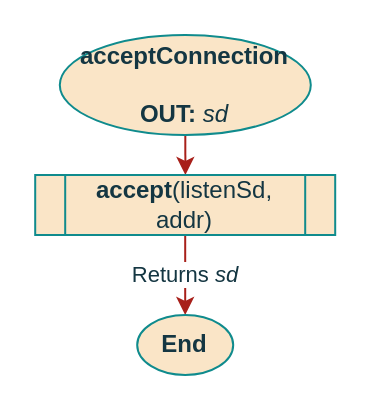
Above: page "accept" (7 of 14) of documentation/flowcharts/RS/RS.drawio in ESRGgroup9/slipad (draw.io), before the change. Source tidied: cells renumbered, new cells numbered last; positions are measured from the earlier drawing's top-left corner, leaving out a move shared by most shapes. Both pictures are drawn from the tidied source at 200%, with x=0, y=0 at pixel (34, 34).
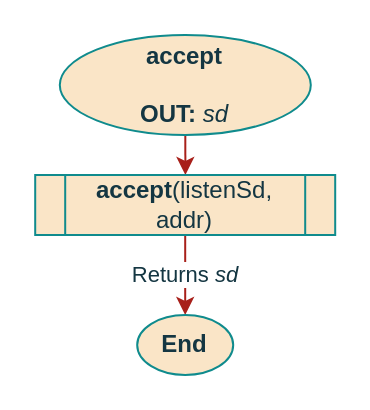
The same diagram, later.

Change to the diagram source:
```diff
@@
 <mxGraphModel>
   <root>
     <mxCell id="0" />
     <mxCell id="1" parent="0" />
     <mxCell id="2" style="edgeStyle=orthogonalEdgeStyle;curved=0;rounded=1;sketch=0;jettySize=auto;html=1;fontColor=#143642;strokeColor=#A8201A;fillColor=#FAE5C7;" parent="1" edge="1" source="3" target="5">
       <mxGeometry relative="1" as="geometry" />
     </mxCell>
-    <mxCell id="3" value="&lt;div&gt;acceptConnection&lt;/div&gt;&lt;div&gt;&lt;br&gt;&lt;/div&gt;OUT: &lt;i&gt;&lt;span style=&quot;font-weight: normal&quot;&gt;sd&lt;/span&gt;&lt;/i&gt;" style="ellipse;whiteSpace=wrap;html=1;fillColor=#FAE5C7;strokeColor=#0F8B8D;fontColor=#143642;fontStyle=1;" parent="1" vertex="1">
+    <mxCell id="3" value="&lt;div&gt;accept&lt;/div&gt;&lt;div&gt;&lt;br&gt;&lt;/div&gt;&lt;div&gt;OUT: &lt;i&gt;&lt;span style=&quot;font-weight: normal&quot;&gt;sd&lt;/span&gt;&lt;/i&gt;&lt;/div&gt;" style="ellipse;whiteSpace=wrap;html=1;fillColor=#FAE5C7;strokeColor=#0F8B8D;fontColor=#143642;fontStyle=1;" parent="1" vertex="1">
       <mxGeometry x="12.4" width="125.5" height="50" as="geometry" />
     </mxCell>
     <mxCell id="4" value="Returns &lt;i&gt;sd&lt;/i&gt;" style="edgeStyle=orthogonalEdgeStyle;curved=0;rounded=1;sketch=0;jettySize=auto;html=1;fontColor=#143642;strokeColor=#A8201A;fillColor=#FAE5C7;" parent="1" edge="1" source="5" target="6">
       <mxGeometry relative="1" as="geometry" />
     </mxCell>
     <mxCell id="5" value="&lt;b&gt;accept&lt;/b&gt;(listenSd, addr)" style="shape=process;whiteSpace=wrap;html=1;backgroundOutline=1;rounded=0;sketch=0;fontColor=#143642;strokeColor=#0F8B8D;fillColor=#FAE5C7;fontStyle=0;" parent="1" vertex="1">
       <mxGeometry x="0.1" y="70" width="150" height="30" as="geometry" />
     </mxCell>
     <mxCell id="6" value="End" style="ellipse;whiteSpace=wrap;html=1;fillColor=#FAE5C7;strokeColor=#0F8B8D;fontColor=#143642;fontStyle=1;" parent="1" vertex="1">
       <mxGeometry x="51.1" y="140" width="48" height="30" as="geometry" />
     </mxCell>
   </root>
 </mxGraphModel>
```
